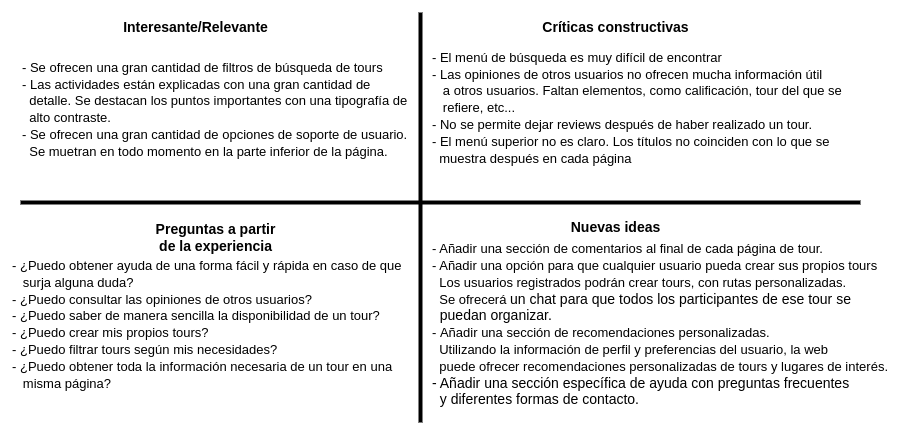
Ismael034/DIU keeps this draw.io diagram as P2/malla.png. Above is the earlier version. Source tidied: cells renumbered, new cells last; positions are measured from the earlier drawing's top-left corner, leaving out a move shared by most shapes. Its diagram source:
```xml
<mxGraphModel>
  <root>
    <mxCell id="0" />
    <mxCell id="1" parent="0" />
    <mxCell id="2" style="endArrow=none;html=1;rounded=0;strokeWidth=4;" parent="1" edge="1">
      <mxGeometry x="0.17" y="150" relative="1" as="geometry">
        <mxPoint x="410" y="410" as="sourcePoint" />
        <mxPoint x="410" as="targetPoint" />
      </mxGeometry>
    </mxCell>
    <mxCell id="3" style="endArrow=none;html=1;rounded=0;strokeWidth=4;" parent="1" edge="1">
      <mxGeometry x="0.17" y="150" relative="1" as="geometry">
        <mxPoint x="10" y="190" as="sourcePoint" />
        <mxPoint x="850" y="190" as="targetPoint" />
      </mxGeometry>
    </mxCell>
    <mxCell id="4" value="&lt;b&gt;&lt;font style=&quot;font-size: 14px;&quot;&gt;Interesante/Relevante&lt;/font&gt;&lt;/b&gt;" style="text;html=1;align=center;verticalAlign=middle;strokeColor=none;fillColor=none;" parent="1" vertex="1">
      <mxGeometry x="100" width="170" height="30" as="geometry" />
    </mxCell>
    <mxCell id="5" value="&lt;b&gt;&lt;font style=&quot;font-size: 14px;&quot;&gt;Críticas constructivas&lt;/font&gt;&lt;/b&gt;" style="text;html=1;align=center;verticalAlign=middle;strokeColor=none;fillColor=none;" parent="1" vertex="1">
      <mxGeometry x="520" width="170" height="30" as="geometry" />
    </mxCell>
    <mxCell id="6" value="&lt;b&gt;&lt;font style=&quot;font-size: 14px;&quot;&gt;Preguntas a partir &lt;br&gt;de la experiencia&lt;/font&gt;&lt;/b&gt;" style="text;html=1;align=center;verticalAlign=middle;strokeColor=none;fillColor=none;" parent="1" vertex="1">
      <mxGeometry x="135" y="200" width="140" height="50" as="geometry" />
    </mxCell>
    <mxCell id="7" value="&lt;b&gt;&lt;font style=&quot;font-size: 14px;&quot;&gt;Nuevas ideas&lt;/font&gt;&lt;/b&gt;" style="text;html=1;align=center;verticalAlign=middle;strokeColor=none;fillColor=none;" parent="1" vertex="1">
      <mxGeometry x="550" y="200" width="110" height="30" as="geometry" />
    </mxCell>
    <mxCell id="8" value="&lt;font style=&quot;font-size: 13px;&quot;&gt;- Se ofrecen una gran cantidad de filtros de búsqueda de tours&lt;br&gt;- Las actividades están explicadas con una gran cantidad de&lt;br&gt;&amp;nbsp; detalle. Se destacan los puntos importantes con una tipografía de&amp;nbsp;&lt;br&gt;&amp;nbsp; alto contraste.&lt;br&gt;- Se ofrecen una gran cantidad de opciones de soporte de usuario.&lt;br&gt;&amp;nbsp; Se muetran en todo momento en la parte inferior de la página.&lt;br&gt;&lt;br&gt;&lt;/font&gt;" style="text;html=1;align=left;verticalAlign=middle;strokeColor=none;fillColor=none;fontSize=14;" parent="1" vertex="1">
      <mxGeometry x="10" y="40" width="410" height="130" as="geometry" />
    </mxCell>
    <mxCell id="9" value="&lt;font style=&quot;font-size: 13px;&quot;&gt;- El menú de búsqueda es muy difícil de encontrar&lt;br&gt;- Las opiniones de otros usuarios no ofrecen mucha información útil&lt;br&gt;&amp;nbsp; &amp;nbsp;a otros usuarios. Faltan elementos, como calificación, tour del que se&amp;nbsp;&lt;br&gt;&amp;nbsp; &amp;nbsp;refiere, etc...&lt;br&gt;- No se permite dejar reviews después de haber realizado un tour.&lt;br&gt;- El menú superior no es claro. Los títulos no coinciden con lo que se&lt;br&gt;&amp;nbsp; muestra después en cada página&lt;br&gt;&lt;/font&gt;" style="text;html=1;align=left;verticalAlign=middle;strokeColor=none;fillColor=none;fontSize=14;" parent="1" vertex="1">
      <mxGeometry x="420" y="30" width="440" height="130" as="geometry" />
    </mxCell>
    <mxCell id="10" value="&lt;font style=&quot;font-size: 13px;&quot;&gt;- ¿Puedo obtener ayuda de una forma fácil y rápida en caso de que&lt;br&gt;&amp;nbsp; &amp;nbsp;surja alguna duda?&lt;br&gt;- ¿Puedo consultar las opiniones de otros usuarios?&lt;br&gt;- ¿Puedo saber de manera sencilla la disponibilidad de un tour?&lt;br&gt;- ¿Puedo crear mis propios tours?&lt;br&gt;- ¿Puedo filtrar tours según mis necesidades?&lt;br&gt;- ¿Puedo obtener toda la información necesaria de un tour en una&amp;nbsp;&lt;br&gt;&amp;nbsp; &amp;nbsp;misma página?&lt;br&gt;&lt;br&gt;&lt;/font&gt;" style="text;html=1;align=left;verticalAlign=middle;strokeColor=none;fillColor=none;fontSize=14;" parent="1" vertex="1">
      <mxGeometry y="240" width="410" height="160" as="geometry" />
    </mxCell>
    <mxCell id="11" value="&lt;font style=&quot;&quot;&gt;&lt;span style=&quot;font-size: 13px;&quot;&gt;- Añadir una sección de comentarios al final de cada página de tour.&lt;/span&gt;&lt;br&gt;&lt;span style=&quot;font-size: 13px;&quot;&gt;- Añadir una opción para que cualquier usuario pueda crear sus propios tours&lt;br&gt;&amp;nbsp; Los usuarios registrados podrán crear tours, con rutas personalizadas. &lt;br&gt;&amp;nbsp; Se ofrecerá&amp;nbsp;&lt;/span&gt;un chat para que todos los participantes de ese tour se &lt;br&gt;&amp;nbsp; puedan organizar.&lt;br&gt;&lt;span style=&quot;font-size: 13px;&quot;&gt;-&amp;nbsp;&lt;/span&gt;&lt;span style=&quot;font-size: 13px;&quot;&gt;Añadir una sección de re&lt;/span&gt;&lt;span style=&quot;font-size: 13px;&quot;&gt;comendaciones personalizadas.&lt;br&gt;&amp;nbsp; Utilizando la información de perfil y preferencias del usuario, la web &lt;br&gt;&amp;nbsp; puede ofrecer recomendaciones personalizadas de tours y lugares de interés.&lt;br&gt;&lt;/span&gt;- Añadir una sección específica de ayuda con preguntas frecuentes &lt;br&gt;&amp;nbsp; y diferentes formas de contacto.&lt;br&gt;&lt;br&gt;&lt;/font&gt;" style="text;html=1;align=left;verticalAlign=middle;strokeColor=none;fillColor=none;fontSize=14;" parent="1" vertex="1">
      <mxGeometry x="420" y="220" width="480" height="200" as="geometry" />
    </mxCell>
  </root>
</mxGraphModel>
```
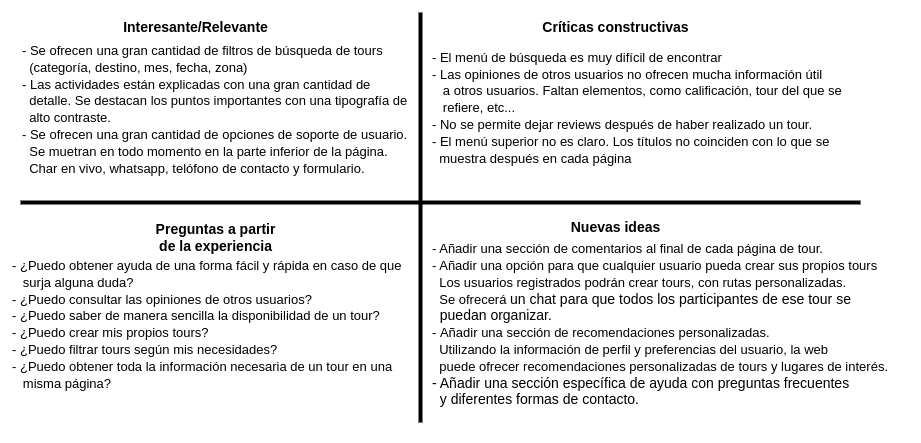
The same file after the commit.

The edit, as a diff of the source:
```diff
@@ -26,8 +26,8 @@
     <mxCell id="7" value="&lt;b&gt;&lt;font style=&quot;font-size: 14px;&quot;&gt;Nuevas ideas&lt;/font&gt;&lt;/b&gt;" style="text;html=1;align=center;verticalAlign=middle;strokeColor=none;fillColor=none;" parent="1" vertex="1">
       <mxGeometry x="550" y="200" width="110" height="30" as="geometry" />
     </mxCell>
-    <mxCell id="8" value="&lt;font style=&quot;font-size: 13px;&quot;&gt;- Se ofrecen una gran cantidad de filtros de búsqueda de tours&lt;br&gt;- Las actividades están explicadas con una gran cantidad de&lt;br&gt;&amp;nbsp; detalle. Se destacan los puntos importantes con una tipografía de&amp;nbsp;&lt;br&gt;&amp;nbsp; alto contraste.&lt;br&gt;- Se ofrecen una gran cantidad de opciones de soporte de usuario.&lt;br&gt;&amp;nbsp; Se muetran en todo momento en la parte inferior de la página.&lt;br&gt;&lt;br&gt;&lt;/font&gt;" style="text;html=1;align=left;verticalAlign=middle;strokeColor=none;fillColor=none;fontSize=14;" parent="1" vertex="1">
-      <mxGeometry x="10" y="40" width="410" height="130" as="geometry" />
+    <mxCell id="8" value="&lt;font style=&quot;font-size: 13px;&quot;&gt;- Se ofrecen una gran cantidad de filtros de búsqueda de tours&lt;br&gt;&amp;nbsp; (categoría, destino, mes, fecha, zona)&lt;br&gt;- Las actividades están explicadas con una gran cantidad de&lt;br&gt;&amp;nbsp; detalle. Se destacan los puntos importantes con una tipografía de&amp;nbsp;&lt;br&gt;&amp;nbsp; alto contraste.&lt;br&gt;- Se ofrecen una gran cantidad de opciones de soporte de usuario.&lt;br&gt;&amp;nbsp; Se muetran en todo momento en la parte inferior de la página.&lt;br&gt;&amp;nbsp; Char en vivo, whatsapp, telófono de contacto y formulario.&lt;br&gt;&lt;br&gt;&lt;/font&gt;" style="text;html=1;align=left;verticalAlign=middle;strokeColor=none;fillColor=none;fontSize=14;" parent="1" vertex="1">
+      <mxGeometry x="10" y="25" width="410" height="160" as="geometry" />
     </mxCell>
     <mxCell id="9" value="&lt;font style=&quot;font-size: 13px;&quot;&gt;- El menú de búsqueda es muy difícil de encontrar&lt;br&gt;- Las opiniones de otros usuarios no ofrecen mucha información útil&lt;br&gt;&amp;nbsp; &amp;nbsp;a otros usuarios. Faltan elementos, como calificación, tour del que se&amp;nbsp;&lt;br&gt;&amp;nbsp; &amp;nbsp;refiere, etc...&lt;br&gt;- No se permite dejar reviews después de haber realizado un tour.&lt;br&gt;- El menú superior no es claro. Los títulos no coinciden con lo que se&lt;br&gt;&amp;nbsp; muestra después en cada página&lt;br&gt;&lt;/font&gt;" style="text;html=1;align=left;verticalAlign=middle;strokeColor=none;fillColor=none;fontSize=14;" parent="1" vertex="1">
       <mxGeometry x="420" y="30" width="440" height="130" as="geometry" />
```
